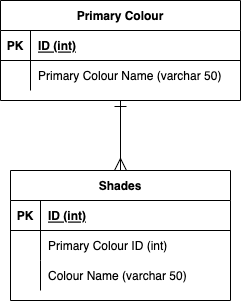
The draw.io diagram images/Colour&ShadesERD.drawio.png in markiine/SDLC-Main, before a commit. Source tidied: cells renumbered, new cells last; positions are measured from the earlier drawing's top-left corner, leaving out a move shared by most shapes.
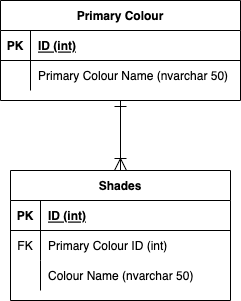
After the commit.

Diff of the diagram source:
```diff
@@ -2,7 +2,7 @@
   <root>
     <mxCell id="0" />
     <mxCell id="1" parent="0" />
-    <mxCell id="2" style="edgeStyle=orthogonalEdgeStyle;rounded=0;jettySize=auto;html=1;startSize=10;endSize=10;startArrow=ERone;startFill=0;endArrow=ERmany;endFill=0;" parent="1" edge="1" source="3" target="10">
+    <mxCell id="2" style="edgeStyle=orthogonalEdgeStyle;rounded=0;jettySize=auto;html=1;startSize=10;endSize=10;startArrow=ERone;startFill=0;endArrow=ERoneToMany;endFill=0;" parent="1" edge="1" source="3" target="10">
       <mxGeometry relative="1" as="geometry" />
     </mxCell>
     <mxCell id="3" value="Primary Colour" style="shape=table;startSize=30;rowLines=0;fontStyle=1;align=center;" parent="1" vertex="1">
@@ -23,7 +23,7 @@
     <mxCell id="8" style="shape=partialRectangle;fillColor=none;top=0;left=0;bottom=0;right=0;overflow=hidden;" parent="7" vertex="1">
       <mxGeometry width="30" height="30" as="geometry" />
     </mxCell>
-    <mxCell id="9" value="Primary Colour Name (varchar 50)" style="shape=partialRectangle;fillColor=none;top=0;left=0;bottom=0;right=0;align=left;spacingLeft=6;overflow=hidden;" parent="7" vertex="1">
+    <mxCell id="9" value="Primary Colour Name (nvarchar 50)" style="shape=partialRectangle;fillColor=none;top=0;left=0;bottom=0;right=0;align=left;spacingLeft=6;overflow=hidden;" parent="7" vertex="1">
       <mxGeometry x="30" width="210" height="30" as="geometry" />
     </mxCell>
     <mxCell id="10" value="Shades" style="shape=table;startSize=30;rowLines=0;fontStyle=1;align=center;" parent="1" vertex="1">
@@ -41,7 +41,7 @@
     <mxCell id="14" style="shape=tableRow;horizontal=0;startSize=0;swimlaneHead=0;swimlaneBody=0;fillColor=none;top=0;left=0;right=0;bottom=0;" parent="10" vertex="1">
       <mxGeometry y="60" width="220" height="30" as="geometry" />
     </mxCell>
-    <mxCell id="15" style="shape=partialRectangle;fillColor=none;top=0;left=0;bottom=0;right=0;overflow=hidden;" parent="14" vertex="1">
+    <mxCell id="15" value="FK" style="shape=partialRectangle;fillColor=none;top=0;left=0;bottom=0;right=0;overflow=hidden;" parent="14" vertex="1">
       <mxGeometry width="30" height="30" as="geometry" />
     </mxCell>
     <mxCell id="16" value="Primary Colour ID (int)" style="shape=partialRectangle;fillColor=none;top=0;left=0;bottom=0;right=0;align=left;spacingLeft=6;overflow=hidden;" parent="14" vertex="1">
@@ -53,7 +53,7 @@
     <mxCell id="18" style="shape=partialRectangle;fillColor=none;top=0;left=0;bottom=0;right=0;overflow=hidden;" parent="17" vertex="1">
       <mxGeometry width="30" height="30" as="geometry" />
     </mxCell>
-    <mxCell id="19" value="Colour Name (varchar 50)" style="shape=partialRectangle;fillColor=none;top=0;left=0;bottom=0;right=0;align=left;spacingLeft=6;overflow=hidden;" parent="17" vertex="1">
+    <mxCell id="19" value="Colour Name (nvarchar 50)" style="shape=partialRectangle;fillColor=none;top=0;left=0;bottom=0;right=0;align=left;spacingLeft=6;overflow=hidden;" parent="17" vertex="1">
       <mxGeometry x="30" width="190" height="30" as="geometry" />
     </mxCell>
   </root>
```
